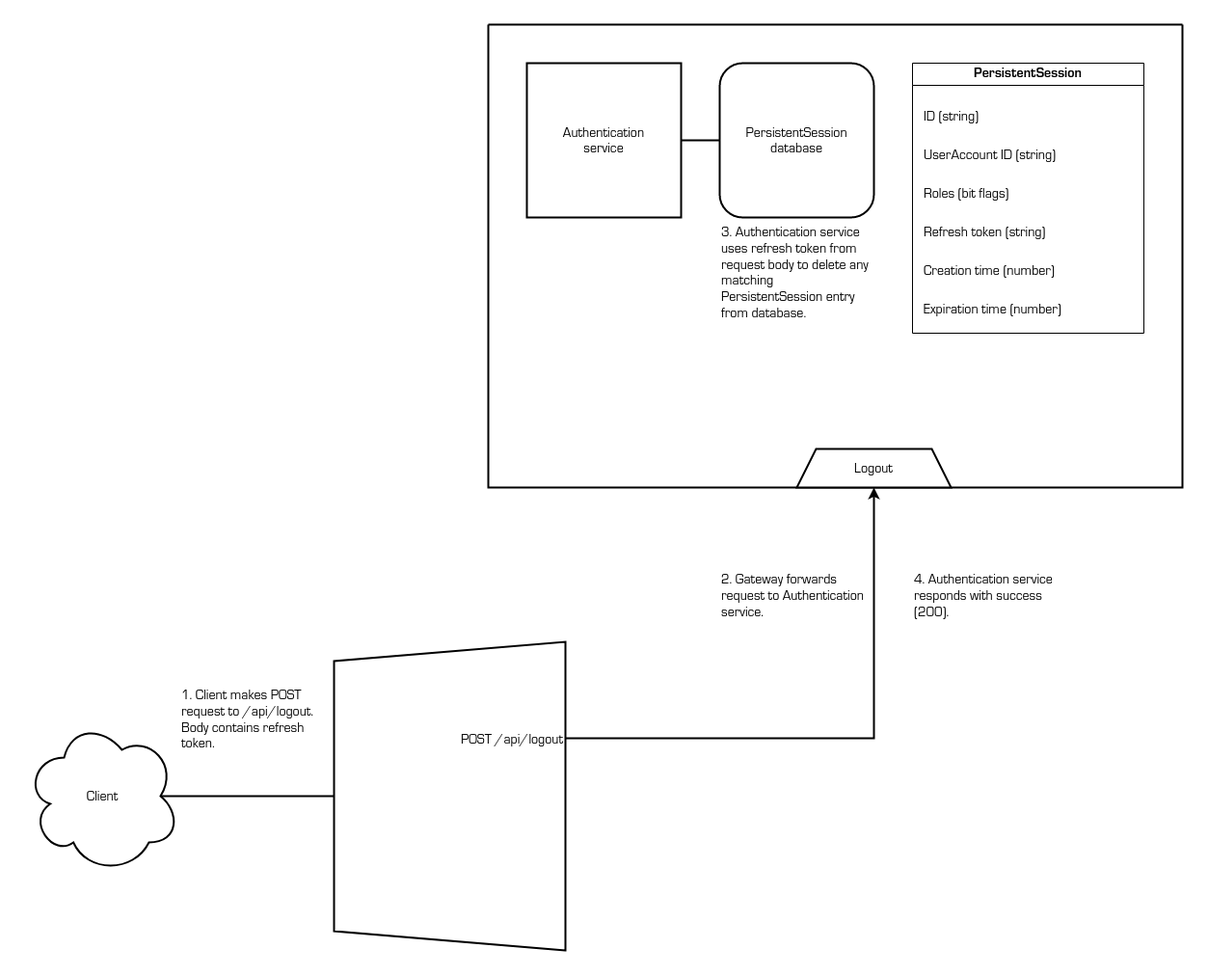
The draw.io diagram docs/logout-flow.png in shinhugh/base, before a commit. Source tidied: cells renumbered, new cells last; positions are measured from the earlier drawing's top-left corner, leaving out a move shared by most shapes. The source it was exported from:
```xml
<mxGraphModel>
  <root>
    <mxCell id="0" />
    <mxCell id="1" parent="0" />
    <mxCell id="2" style="swimlane;startSize=0;strokeWidth=2;" parent="1" vertex="1">
      <mxGeometry x="480" width="720" height="480" as="geometry" />
    </mxCell>
    <mxCell id="3" value="Authentication&#10;service" style="whiteSpace=wrap;strokeWidth=2;fontFamily=Lucida Console;fontSize=14;" parent="2" vertex="1">
      <mxGeometry x="40" y="40" width="160" height="160" as="geometry" />
    </mxCell>
    <mxCell id="4" value="PersistentSession&#10;database" style="rounded=1;whiteSpace=wrap;strokeWidth=2;fontFamily=Lucida Console;fontSize=14;" parent="2" vertex="1">
      <mxGeometry x="240" y="40" width="160" height="160" as="geometry" />
    </mxCell>
    <mxCell id="5" value="PersistentSession" style="swimlane;whiteSpace=wrap;fontFamily=Lucida Console;fontSize=14;" parent="2" vertex="1">
      <mxGeometry x="440" y="40" width="240" height="280" as="geometry" />
    </mxCell>
    <mxCell id="6" value="ID (string)" style="text;strokeColor=none;fillColor=none;align=left;verticalAlign=top;whiteSpace=wrap;rounded=0;fontFamily=Lucida Console;fontSize=14;" parent="5" vertex="1">
      <mxGeometry x="10" y="40" width="220" height="40" as="geometry" />
    </mxCell>
    <mxCell id="7" value="Creation time (number)" style="text;strokeColor=none;fillColor=none;align=left;verticalAlign=top;whiteSpace=wrap;rounded=0;fontFamily=Lucida Console;fontSize=14;" parent="5" vertex="1">
      <mxGeometry x="10" y="200" width="220" height="40" as="geometry" />
    </mxCell>
    <mxCell id="8" value="Expiration time (number)" style="text;strokeColor=none;fillColor=none;align=left;verticalAlign=top;whiteSpace=wrap;rounded=0;fontFamily=Lucida Console;fontSize=14;" parent="5" vertex="1">
      <mxGeometry x="10" y="240" width="220" height="40" as="geometry" />
    </mxCell>
    <mxCell id="9" value="UserAccount ID (string)" style="text;strokeColor=none;fillColor=none;align=left;verticalAlign=top;whiteSpace=wrap;rounded=0;fontFamily=Lucida Console;fontSize=14;" parent="5" vertex="1">
      <mxGeometry x="10" y="80" width="220" height="40" as="geometry" />
    </mxCell>
    <mxCell id="10" value="Refresh token (string)" style="text;strokeColor=none;fillColor=none;align=left;verticalAlign=top;whiteSpace=wrap;rounded=0;fontFamily=Lucida Console;fontSize=14;" parent="5" vertex="1">
      <mxGeometry x="10" y="160" width="220" height="40" as="geometry" />
    </mxCell>
    <mxCell id="11" value="Roles (bit flags)" style="text;strokeColor=none;fillColor=none;align=left;verticalAlign=top;whiteSpace=wrap;rounded=0;fontFamily=Lucida Console;fontSize=14;" parent="5" vertex="1">
      <mxGeometry x="10" y="120" width="220" height="40" as="geometry" />
    </mxCell>
    <mxCell id="12" value="Logout" style="shape=trapezoid;perimeter=trapezoidPerimeter;whiteSpace=wrap;fixedSize=1;strokeWidth=2;fontSize=14;fontFamily=Lucida Console;" parent="2" vertex="1">
      <mxGeometry x="320" y="440" width="160" height="40" as="geometry" />
    </mxCell>
    <mxCell id="13" style="endArrow=none;html=1;rounded=0;strokeWidth=2;entryX=1;entryY=0.5;entryDx=0;entryDy=0;exitX=0;exitY=0.5;exitDx=0;exitDy=0;" parent="2" edge="1" source="4" target="3">
      <mxGeometry relative="1" as="geometry" />
    </mxCell>
    <mxCell id="14" value="3. Authentication service uses refresh token from request body to delete any matching PersistentSession entry from database." style="text;strokeColor=none;fillColor=none;align=left;verticalAlign=top;rounded=0;fontSize=14;fontFamily=Lucida Console;whiteSpace=wrap;" parent="2" vertex="1">
      <mxGeometry x="240" y="200" width="160" height="120" as="geometry" />
    </mxCell>
    <mxCell id="15" style="group;" parent="1" vertex="1">
      <mxGeometry x="320" y="640" width="240" height="320" as="geometry" />
    </mxCell>
    <mxCell id="16" style="shape=trapezoid;perimeter=trapezoidPerimeter;whiteSpace=wrap;html=1;fixedSize=1;direction=north;strokeWidth=2;" parent="15" vertex="1">
      <mxGeometry width="240" height="320" as="geometry" />
    </mxCell>
    <mxCell id="17" value="POST /api/logout" style="text;strokeColor=none;fillColor=none;align=right;verticalAlign=middle;rounded=0;fontSize=14;fontFamily=Lucida Console;" parent="15" vertex="1">
      <mxGeometry y="80" width="240" height="40" as="geometry" />
    </mxCell>
    <mxCell id="18" style="endArrow=classic;html=1;rounded=0;endFill=1;strokeWidth=2;entryX=0.5;entryY=1;entryDx=0;entryDy=0;exitX=1;exitY=0.5;exitDx=0;exitDy=0;" parent="1" edge="1" source="17" target="12">
      <mxGeometry relative="1" as="geometry">
        <Array as="points">
          <mxPoint x="880" y="740" />
        </Array>
      </mxGeometry>
    </mxCell>
    <mxCell id="19" value="Client" style="ellipse;shape=cloud;whiteSpace=wrap;strokeWidth=2;fontFamily=Lucida Console;fontSize=14;" parent="1" vertex="1">
      <mxGeometry y="720" width="160" height="160" as="geometry" />
    </mxCell>
    <mxCell id="20" style="endArrow=none;html=1;rounded=0;exitX=0.875;exitY=0.5;exitDx=0;exitDy=0;exitPerimeter=0;strokeWidth=2;entryX=0.5;entryY=0;entryDx=0;entryDy=0;" parent="1" edge="1" source="19" target="16">
      <mxGeometry relative="1" as="geometry" />
    </mxCell>
    <mxCell id="21" value="1. Client makes POST request to /api/logout. Body contains refresh token." style="text;strokeColor=none;fillColor=none;align=left;verticalAlign=top;rounded=0;fontSize=14;fontFamily=Lucida Console;whiteSpace=wrap;" parent="1" vertex="1">
      <mxGeometry x="160" y="680" width="160" height="80" as="geometry" />
    </mxCell>
    <mxCell id="22" value="2. Gateway forwards request to Authentication service." style="text;strokeColor=none;fillColor=none;align=left;verticalAlign=top;rounded=0;fontSize=14;fontFamily=Lucida Console;whiteSpace=wrap;" parent="1" vertex="1">
      <mxGeometry x="720" y="560" width="160" height="80" as="geometry" />
    </mxCell>
    <mxCell id="23" value="4. Authentication service responds with success (200)." style="text;strokeColor=none;fillColor=none;align=left;verticalAlign=top;rounded=0;fontSize=14;fontFamily=Lucida Console;whiteSpace=wrap;" parent="1" vertex="1">
      <mxGeometry x="920" y="560" width="160" height="80" as="geometry" />
    </mxCell>
  </root>
</mxGraphModel>
```
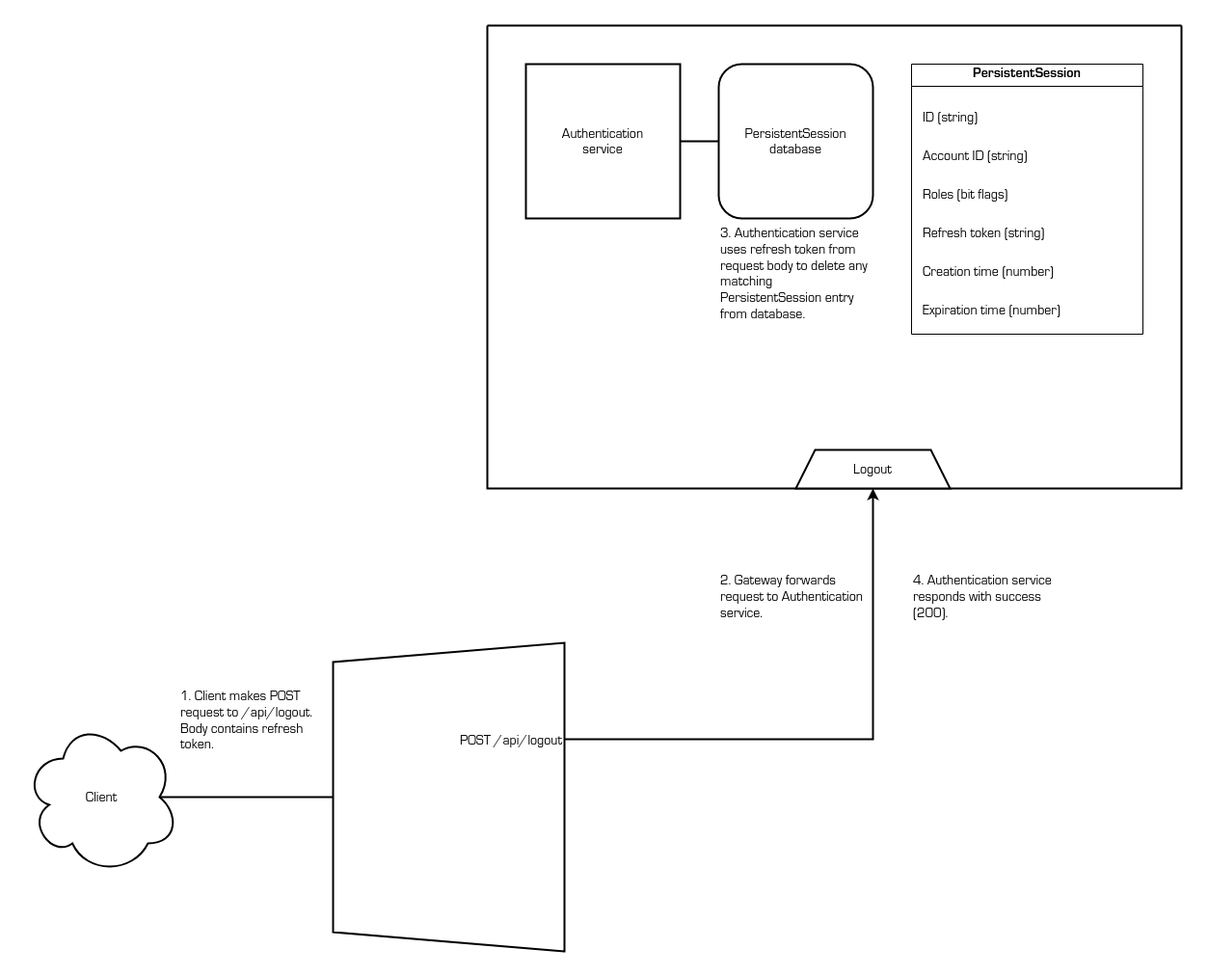
After the commit.

Commit message:
Update readme and diagrams per UserAccount rename to Account

Diff of the diagram source:
```diff
@@ -23,7 +23,7 @@
     <mxCell id="8" value="Expiration time (number)" style="text;strokeColor=none;fillColor=none;align=left;verticalAlign=top;whiteSpace=wrap;rounded=0;fontFamily=Lucida Console;fontSize=14;" parent="5" vertex="1">
       <mxGeometry x="10" y="240" width="220" height="40" as="geometry" />
     </mxCell>
-    <mxCell id="9" value="UserAccount ID (string)" style="text;strokeColor=none;fillColor=none;align=left;verticalAlign=top;whiteSpace=wrap;rounded=0;fontFamily=Lucida Console;fontSize=14;" parent="5" vertex="1">
+    <mxCell id="9" value="Account ID (string)" style="text;strokeColor=none;fillColor=none;align=left;verticalAlign=top;whiteSpace=wrap;rounded=0;fontFamily=Lucida Console;fontSize=14;" parent="5" vertex="1">
       <mxGeometry x="10" y="80" width="220" height="40" as="geometry" />
     </mxCell>
     <mxCell id="10" value="Refresh token (string)" style="text;strokeColor=none;fillColor=none;align=left;verticalAlign=top;whiteSpace=wrap;rounded=0;fontFamily=Lucida Console;fontSize=14;" parent="5" vertex="1">
```
